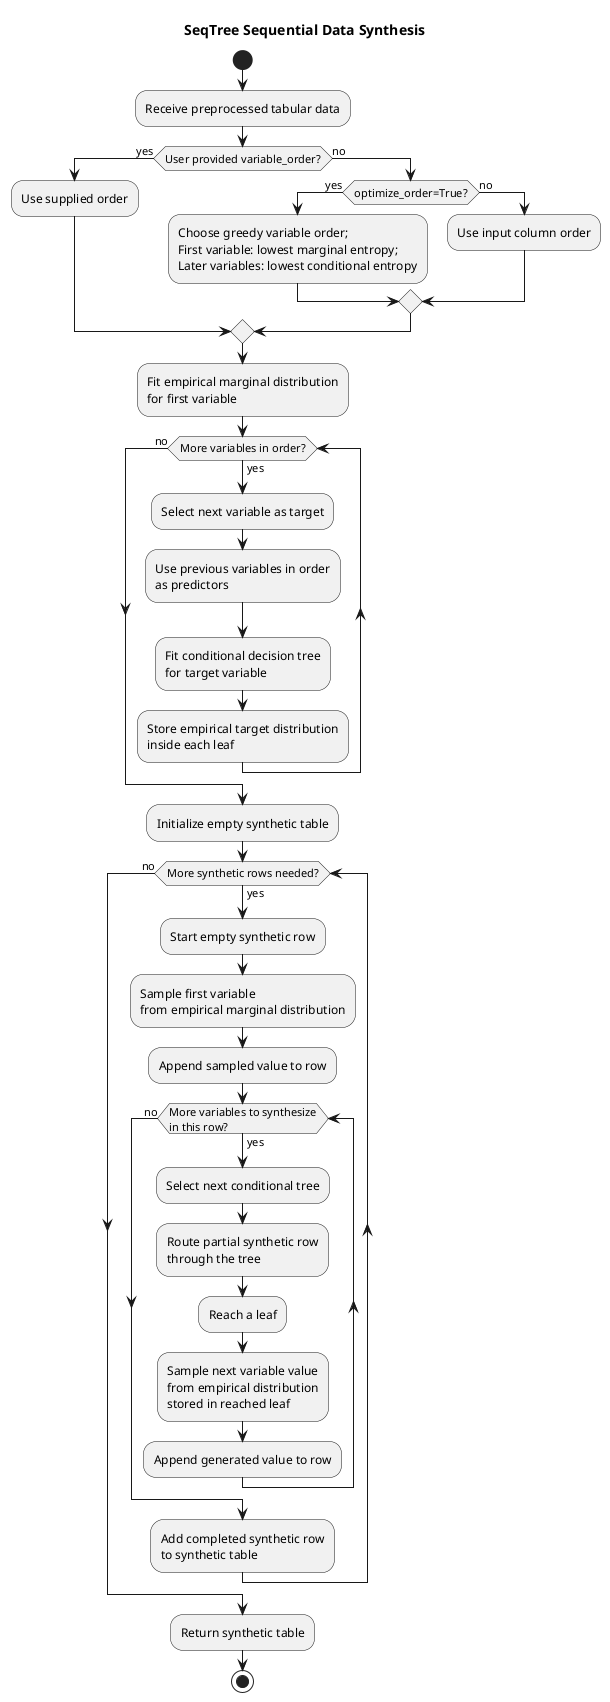
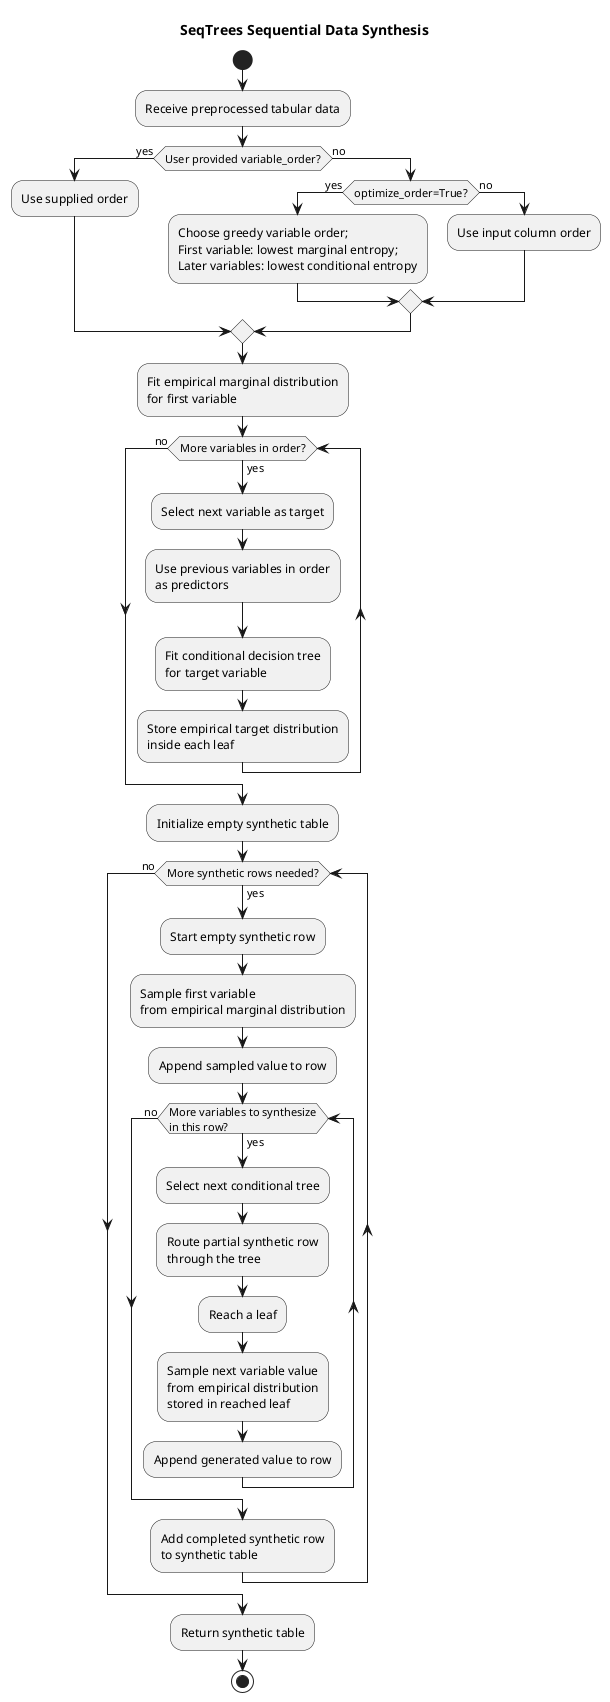
@startuml
- title SeqTree Sequential Data Synthesis
+ title SeqTrees Sequential Data Synthesis

start

:Receive preprocessed tabular data;

if (User provided variable_order?) then (yes)
  :Use supplied order;
else (no)
  if (optimize_order=True?) then (yes)
    :Choose greedy variable order;\nFirst variable: lowest marginal entropy;\nLater variables: lowest conditional entropy;
  else (no)
    :Use input column order;
  endif
endif

:Fit empirical marginal distribution\nfor first variable;

while (More variables in order?) is (yes)
  :Select next variable as target;
  :Use previous variables in order\nas predictors;
  :Fit conditional decision tree\nfor target variable;
  :Store empirical target distribution\ninside each leaf;
endwhile (no)

:Initialize empty synthetic table;

while (More synthetic rows needed?) is (yes)
  :Start empty synthetic row;

  :Sample first variable\nfrom empirical marginal distribution;
  :Append sampled value to row;

  while (More variables to synthesize\nin this row?) is (yes)
    :Select next conditional tree;
    :Route partial synthetic row\nthrough the tree;
    :Reach a leaf;
    :Sample next variable value\nfrom empirical distribution\nstored in reached leaf;
    :Append generated value to row;
  endwhile (no)

  :Add completed synthetic row\nto synthetic table;
endwhile (no)

:Return synthetic table;

stop

@enduml